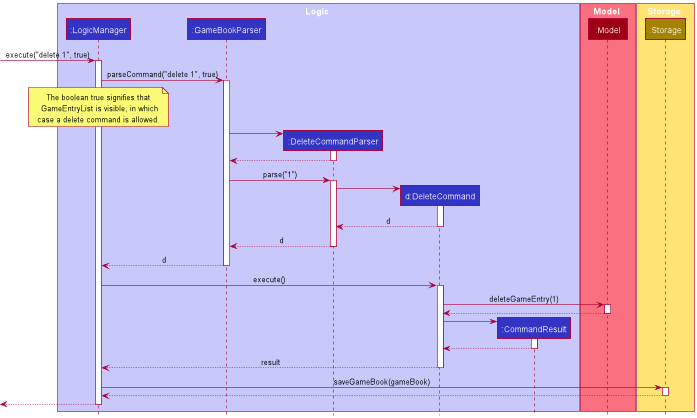
Above: docs/images/DeleteSequenceDiagram(Logic).png in yzhilong/tp (PlantUML), before the change. Source of this version:
```plantuml
@startuml
!include style.puml

box Logic LOGIC_COLOR_T1
participant ":LogicManager" as LogicManager LOGIC_COLOR
participant ":GameBookParser" as GameBookParser LOGIC_COLOR
participant ":DeleteCommandParser" as DeleteCommandParser LOGIC_COLOR
participant "d:DeleteCommand" as DeleteCommand LOGIC_COLOR
participant ":CommandResult" as CommandResult LOGIC_COLOR
end box

box Model MODEL_COLOR_T1
participant ":Model" as Model MODEL_COLOR
end box

box Storage STORAGE_COLOR_T1
participant ":Storage" as Storage STORAGE_COLOR
end box

[-> LogicManager : execute("delete 1", true)
activate LogicManager

LogicManager -> GameBookParser : parseCommand("delete 1", true)
activate GameBookParser

note over LogicManager
    The boolean true signifies that
     GameEntryList is visible, in which
    case a delete command is allowed.
end note

create DeleteCommandParser
GameBookParser -> DeleteCommandParser
activate DeleteCommandParser

DeleteCommandParser --> GameBookParser
deactivate DeleteCommandParser

GameBookParser -> DeleteCommandParser : parse("1")
activate DeleteCommandParser

create DeleteCommand
DeleteCommandParser -> DeleteCommand
activate DeleteCommand

DeleteCommand --> DeleteCommandParser : d
deactivate DeleteCommand

DeleteCommandParser --> GameBookParser : d
deactivate DeleteCommandParser

GameBookParser --> LogicManager : d
deactivate GameBookParser

LogicManager -> DeleteCommand : execute()
activate DeleteCommand

DeleteCommand -> Model : deleteGameEntry(1)
activate Model

Model --> DeleteCommand
deactivate Model

create CommandResult
DeleteCommand -> CommandResult
activate CommandResult

CommandResult --> DeleteCommand
deactivate CommandResult

DeleteCommand --> LogicManager : result
deactivate DeleteCommand

LogicManager -> Storage : saveGameBook(gameBook)
activate Storage

Storage --> LogicManager
deactivate

[<--LogicManager
deactivate LogicManager
@enduml
```
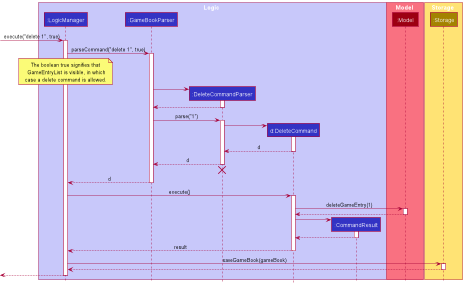
After the change.

What changed in the source:
```diff
@@ -48,6 +48,8 @@
 
 DeleteCommandParser --> GameBookParser : d
 deactivate DeleteCommandParser
+DeleteCommandParser -[hidden]-> GameBookParser
+destroy DeleteCommandParser
 
 GameBookParser --> LogicManager : d
 deactivate GameBookParser
```
